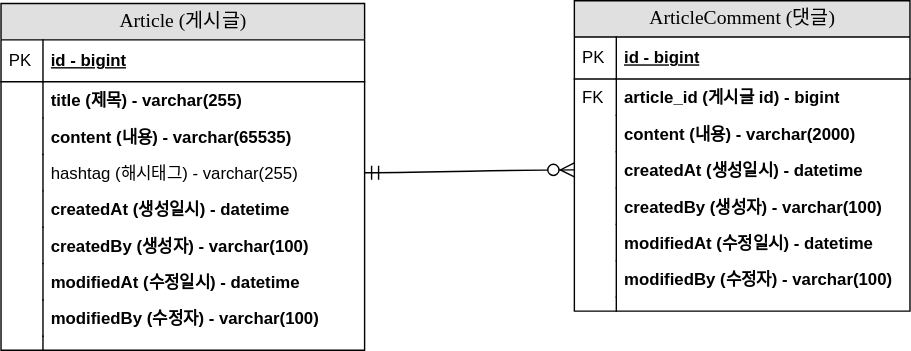
Before: document/project-board-erd.svg, a diagram exported from draw.io (tmddms000/project-board). Source tidied: cells renumbered, new cells last; positions are measured from the earlier drawing's top-left corner, leaving out a move shared by most shapes.
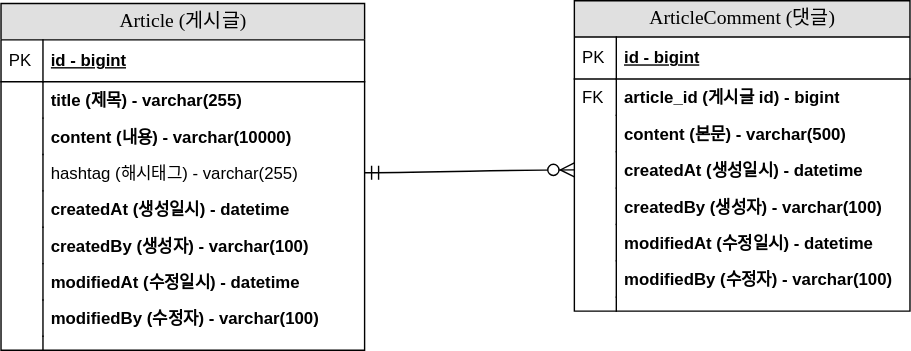
The same diagram one commit later.

Commit message:
#10 - erd 업데이트: content 사이즈 변경

Change to the diagram source:
```diff
@@ -17,7 +17,7 @@
     <mxCell id="6" style="shape=partialRectangle;top=0;left=0;bottom=0;html=1;fillColor=none;align=left;verticalAlign=top;spacingLeft=4;spacingRight=4;whiteSpace=wrap;overflow=hidden;" parent="5" vertex="1">
       <mxGeometry width="30" height="26" as="geometry" />
     </mxCell>
-    <mxCell id="7" value="content (내용) - varchar(65535)" style="shape=partialRectangle;top=0;left=0;right=0;bottom=0;html=1;align=left;verticalAlign=top;fillColor=none;spacingLeft=34;spacingRight=4;whiteSpace=wrap;overflow=hidden;fontStyle=1;" parent="2" vertex="1">
+    <mxCell id="7" value="content (내용) - varchar(10000)" style="shape=partialRectangle;top=0;left=0;right=0;bottom=0;html=1;align=left;verticalAlign=top;fillColor=none;spacingLeft=34;spacingRight=4;whiteSpace=wrap;overflow=hidden;fontStyle=1;" parent="2" vertex="1">
       <mxGeometry y="82" width="260" height="26" as="geometry" />
     </mxCell>
     <mxCell id="8" style="shape=partialRectangle;top=0;left=0;bottom=0;html=1;fillColor=none;align=left;verticalAlign=top;spacingLeft=4;spacingRight=4;whiteSpace=wrap;overflow=hidden;" parent="7" vertex="1">
@@ -74,7 +74,7 @@
     <mxCell id="25" value="FK" style="shape=partialRectangle;top=0;left=0;bottom=0;html=1;fillColor=none;align=left;verticalAlign=top;spacingLeft=4;spacingRight=4;whiteSpace=wrap;overflow=hidden;" parent="24" vertex="1">
       <mxGeometry width="30" height="26" as="geometry" />
     </mxCell>
-    <mxCell id="26" value="content (내용) - varchar(2000)" style="shape=partialRectangle;top=0;left=0;right=0;bottom=0;html=1;align=left;verticalAlign=top;fillColor=none;spacingLeft=34;spacingRight=4;whiteSpace=wrap;overflow=hidden;fontStyle=1;" parent="21" vertex="1">
+    <mxCell id="26" value="content (본문) - varchar(500)" style="shape=partialRectangle;top=0;left=0;right=0;bottom=0;html=1;align=left;verticalAlign=top;fillColor=none;spacingLeft=34;spacingRight=4;whiteSpace=wrap;overflow=hidden;fontStyle=1;" parent="21" vertex="1">
       <mxGeometry y="82" width="240" height="26" as="geometry" />
     </mxCell>
     <mxCell id="27" style="shape=partialRectangle;top=0;left=0;bottom=0;html=1;fillColor=none;align=left;verticalAlign=top;spacingLeft=4;spacingRight=4;whiteSpace=wrap;overflow=hidden;" parent="26" vertex="1">
```
